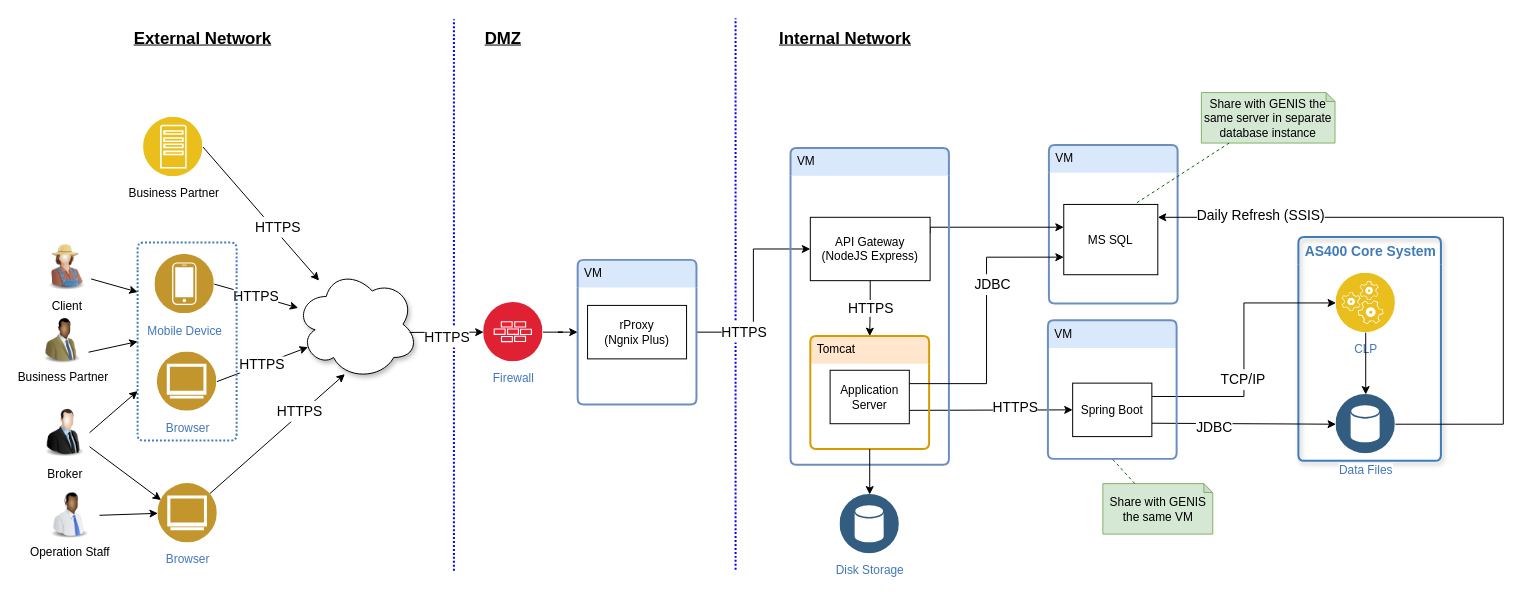
Before: page "Physical Deployment" (2 of 2) of Bravo_Architecture (8).drawio in whalebig27/change-request-process-diagram, a draw.io diagram. Source tidied: cells renumbered, new cells numbered last; positions are measured from the earlier drawing's top-left corner, leaving out a move shared by most shapes. Both pictures are drawn from the tidied source at 99%, with x=0, y=0 at pixel (36, 18).
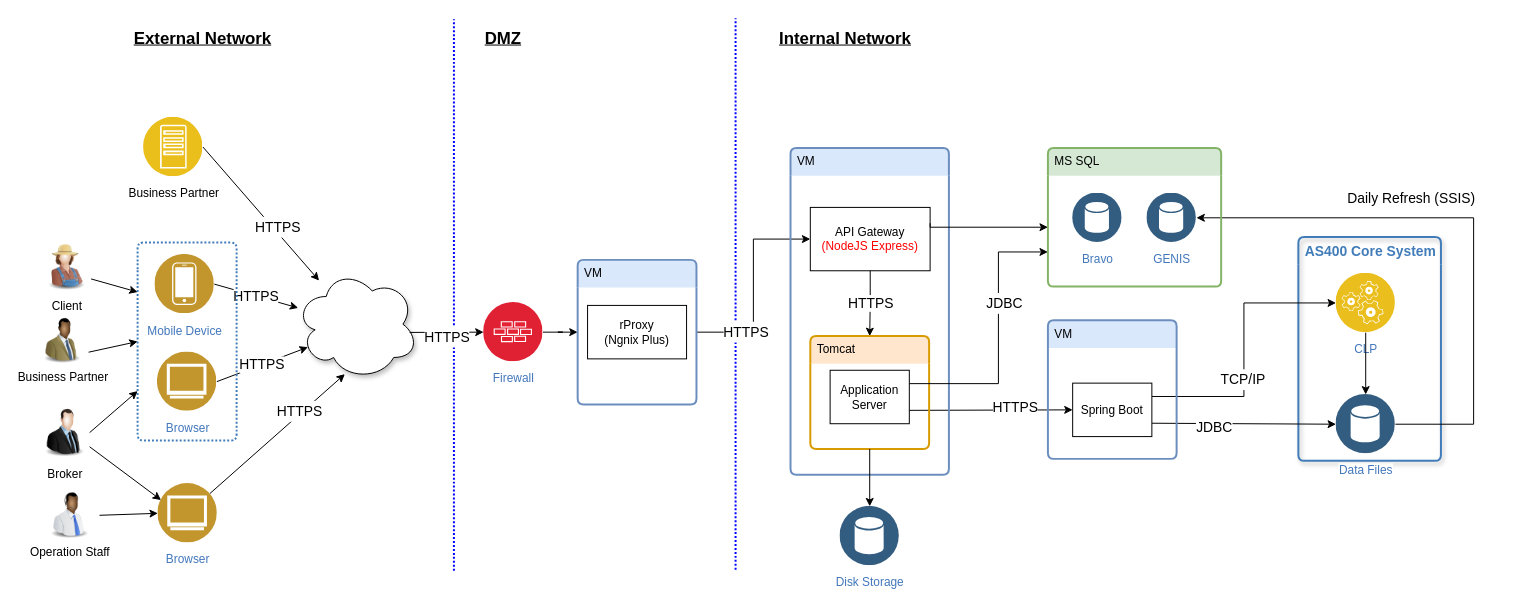
The same diagram, later.

Unchanged cells that the change refers to:
```xml
<mxCell id="13" value="Data Files" style="perimeter=ellipsePerimeter;html=1;align=center;shadow=0;dashed=0;fontColor=#4277BB;labelBackgroundColor=#ffffff;fontSize=12;spacingTop=3;image;image=img/lib/ibm/data/data_services.svg;strokeColor=#0000CC;strokeWidth=1;" parent="12" vertex="1">
  <mxGeometry x="38" y="159" width="60" height="60" as="geometry" />
</mxCell>
<mxCell id="46" value="Application Server&lt;br&gt;" style="rounded=0;whiteSpace=wrap;html=1;" parent="45" vertex="1">
  <mxGeometry x="20" y="34.5" width="80" height="54" as="geometry" />
</mxCell>
<mxCell id="50" value="VM" style="swimlane;fontStyle=0;horizontal=1;startSize=28;swimlaneLine=0;swimlaneFillColor=none;fillColor=#dae8fc;rounded=1;whiteSpace=wrap;html=1;absoluteArcSize=1;arcSize=12;strokeColor=#6c8ebf;verticalAlign=top;align=left;spacingLeft=5;dashed=0;strokeWidth=2;shadow=0;dashPattern=1 1;" parent="1" vertex="1">
  <mxGeometry x="1022" y="305" width="130" height="140" as="geometry" />
</mxCell>
```

The edit, as a diff of the source:
```diff
@@
-    <mxCell id="32" value="VM" style="swimlane;fontStyle=0;horizontal=1;startSize=28;swimlaneLine=0;swimlaneFillColor=none;fillColor=#dae8fc;rounded=1;whiteSpace=wrap;html=1;absoluteArcSize=1;arcSize=12;strokeColor=#6c8ebf;verticalAlign=top;align=left;spacingLeft=5;dashed=0;strokeWidth=2;shadow=0;dashPattern=1 1;" parent="1" vertex="1">
-      <mxGeometry x="1023" y="128" width="130" height="160" as="geometry" />
-    </mxCell>
-    <mxCell id="33" value="MS SQL&lt;br&gt;" style="rounded=0;whiteSpace=wrap;html=1;" parent="32" vertex="1">
-      <mxGeometry x="15" y="60" width="95" height="71" as="geometry" />
-    </mxCell>
@@
-    <mxCell id="40" style="edgeStyle=orthogonalEdgeStyle;rounded=0;jettySize=auto;html=1;exitX=1;exitY=0.25;exitDx=0;exitDy=0;" parent="1" edge="1" source="44">
-      <mxGeometry relative="1" as="geometry">
-        <mxPoint x="1038" y="211" as="targetPoint" />
-        <Array as="points">
-          <mxPoint x="903" y="211" />
-        </Array>
-      </mxGeometry>
-    </mxCell>
@@
     <mxCell id="43" value="VM" style="swimlane;fontStyle=0;horizontal=1;startSize=28;swimlaneLine=0;swimlaneFillColor=none;fillColor=#dae8fc;rounded=1;whiteSpace=wrap;html=1;absoluteArcSize=1;arcSize=12;strokeColor=#6c8ebf;verticalAlign=top;align=left;spacingLeft=5;dashed=0;strokeWidth=2;shadow=0;dashPattern=1 1;" parent="1" vertex="1">
-      <mxGeometry x="762" y="131" width="160" height="320" as="geometry" />
+      <mxGeometry x="762" y="131" width="160" height="330" as="geometry" />
     </mxCell>
-    <mxCell id="44" value="&lt;span&gt;API Gateway&lt;/span&gt;&lt;br&gt;(NodeJS Express)&lt;br&gt;" style="rounded=0;whiteSpace=wrap;html=1;" parent="43" vertex="1">
-      <mxGeometry x="20" y="70" width="121" height="64" as="geometry" />
+    <mxCell id="44" value="&lt;span&gt;API Gateway&lt;/span&gt;&lt;br&gt;&lt;font color=&quot;#ff0000&quot;&gt;(NodeJS Express)&lt;/font&gt;&lt;br&gt;" style="rounded=0;whiteSpace=wrap;html=1;" parent="43" vertex="1">
+      <mxGeometry x="20" y="60" width="121" height="64" as="geometry" />
     </mxCell>
@@
     <mxCell id="52" style="edgeStyle=orthogonalEdgeStyle;rounded=0;jettySize=auto;html=1;exitX=1;exitY=0.25;exitDx=0;exitDy=0;entryX=0;entryY=0.75;entryDx=0;entryDy=0;" parent="1" edge="1" source="46" target="33">
-      <mxGeometry relative="1" as="geometry" />
+      <mxGeometry relative="1" as="geometry">
+        <Array as="points">
+          <mxPoint x="972" y="369" />
+          <mxPoint x="972" y="236" />
+        </Array>
+      </mxGeometry>
     </mxCell>
@@
-    <mxCell id="54" style="edgeStyle=orthogonalEdgeStyle;rounded=0;jettySize=auto;html=1;exitX=1;exitY=0.5;exitDx=0;exitDy=0;" parent="1" edge="1" source="13">
+    <mxCell id="54" style="edgeStyle=orthogonalEdgeStyle;rounded=0;jettySize=auto;html=1;exitX=1;exitY=0.5;exitDx=0;exitDy=0;entryX=1;entryY=0.5;entryDx=0;entryDy=0;" parent="1" edge="1" source="13" target="67">
       <mxGeometry relative="1" as="geometry">
-        <mxPoint x="1133" y="201" as="targetPoint" />
         <Array as="points">
-          <mxPoint x="1482" y="410" />
-          <mxPoint x="1482" y="201" />
-          <mxPoint x="1133" y="201" />
+          <mxPoint x="1452" y="410" />
+          <mxPoint x="1452" y="202" />
         </Array>
       </mxGeometry>
     </mxCell>
     <mxCell id="55" value="&lt;font style=&quot;font-size: 14px&quot;&gt;Daily Refresh (SSIS)&lt;/font&gt;" style="text;html=1;align=center;verticalAlign=middle;labelBackgroundColor=#ffffff;fontSize=17;" parent="54" vertex="1">
-      <mxGeometry x="0.69" y="-3" relative="1" as="geometry" />
+      <mxGeometry x="0.69" y="-3" relative="1" as="geometry">
+        <mxPoint x="129" y="-17" as="offset" />
+      </mxGeometry>
     </mxCell>
@@
     <mxCell id="60" value="Disk Storage" style="perimeter=ellipsePerimeter;html=1;align=center;shadow=0;dashed=0;fontColor=#4277BB;labelBackgroundColor=#ffffff;fontSize=12;spacingTop=3;image;image=img/lib/ibm/data/data_services.svg;" parent="1" vertex="1">
-      <mxGeometry x="812" y="481" width="60" height="60" as="geometry" />
+      <mxGeometry x="812" y="493" width="60" height="60" as="geometry" />
     </mxCell>
@@
-    <mxCell id="62" value="Share with GENIS the same VM" style="shape=note;whiteSpace=wrap;html=1;backgroundOutline=1;darkOpacity=0.05;size=9;fillColor=#d5e8d4;strokeColor=#82b366;" parent="1" vertex="1">
-      <mxGeometry x="1077.5" y="470" width="111" height="51" as="geometry" />
-    </mxCell>
-    <mxCell id="63" style="endArrow=none;dashed=1;html=1;entryX=0.5;entryY=1;entryDx=0;entryDy=0;strokeColor=#006600;" parent="1" edge="1" source="62" target="50">
-      <mxGeometry relative="1" as="geometry" />
-    </mxCell>
-    <mxCell id="64" value="Share with GENIS the same server in separate database instance" style="shape=note;whiteSpace=wrap;html=1;backgroundOutline=1;darkOpacity=0.05;size=9;fillColor=#d5e8d4;strokeColor=#82b366;" parent="1" vertex="1">
-      <mxGeometry x="1177" y="75" width="135" height="51" as="geometry" />
-    </mxCell>
-    <mxCell id="65" style="endArrow=none;dashed=1;html=1;entryX=0.75;entryY=0;entryDx=0;entryDy=0;strokeColor=#006600;" parent="1" edge="1" source="64" target="33">
-      <mxGeometry relative="1" as="geometry" />
-    </mxCell>
+    <mxCell id="33" value="MS SQL" style="swimlane;fontStyle=0;horizontal=1;startSize=28;swimlaneLine=0;swimlaneFillColor=none;fillColor=#d5e8d4;rounded=1;whiteSpace=wrap;html=1;absoluteArcSize=1;arcSize=12;strokeColor=#82b366;verticalAlign=top;align=left;spacingLeft=5;dashed=0;strokeWidth=2;" parent="1" vertex="1">
+      <mxGeometry x="1022" y="131" width="175" height="140" as="geometry" />
+    </mxCell>
+    <mxCell id="66" value="Bravo" style="perimeter=ellipsePerimeter;html=1;align=center;shadow=0;dashed=0;fontColor=#4277BB;labelBackgroundColor=#ffffff;fontSize=12;spacingTop=3;image;image=img/lib/ibm/data/data_services.svg;" parent="33" vertex="1">
+      <mxGeometry x="25" y="45.5" width="50" height="50" as="geometry" />
+    </mxCell>
+    <mxCell id="67" value="GENIS" style="perimeter=ellipsePerimeter;html=1;align=center;shadow=0;dashed=0;fontColor=#4277BB;labelBackgroundColor=#ffffff;fontSize=12;spacingTop=3;image;image=img/lib/ibm/data/data_services.svg;" parent="33" vertex="1">
+      <mxGeometry x="100" y="45.5" width="50" height="50" as="geometry" />
+    </mxCell>
+    <mxCell id="68" style="edgeStyle=orthogonalEdgeStyle;rounded=0;jettySize=auto;html=1;exitX=1;exitY=0.25;exitDx=0;exitDy=0;" parent="1" edge="1" source="44">
+      <mxGeometry relative="1" as="geometry">
+        <mxPoint x="1022" y="211" as="targetPoint" />
+        <Array as="points">
+          <mxPoint x="903" y="211" />
+        </Array>
+      </mxGeometry>
+    </mxCell>
```
